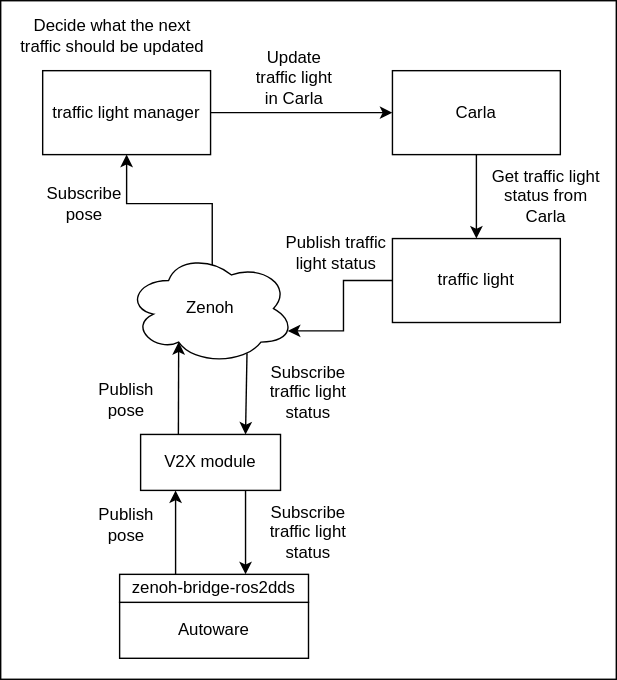
The draw.io diagram resource/Autoware_V2X_Zenoh_Architecture.svg in evshary/zenoh_autoware_v2x, before a commit. Source tidied: cells renumbered, new cells last; positions are measured from the earlier drawing's top-left corner, leaving out a move shared by most shapes. Source of this version:
```xml
<mxGraphModel>
  <root>
    <mxCell id="0" />
    <mxCell id="1" parent="0" />
    <mxCell id="2" style="rounded=0;whiteSpace=wrap;html=1;" parent="1" vertex="1">
      <mxGeometry width="440" height="485" as="geometry" />
    </mxCell>
    <mxCell id="3" style="edgeStyle=orthogonalEdgeStyle;rounded=0;jettySize=auto;html=1;exitX=1;exitY=0.5;exitDx=0;exitDy=0;" parent="1" edge="1" source="4" target="11">
      <mxGeometry relative="1" as="geometry" />
    </mxCell>
    <mxCell id="4" value="traffic light manager" style="rounded=0;whiteSpace=wrap;html=1;" parent="1" vertex="1">
      <mxGeometry x="30" y="50" width="120" height="60" as="geometry" />
    </mxCell>
    <mxCell id="5" style="edgeStyle=orthogonalEdgeStyle;rounded=0;jettySize=auto;html=1;exitX=0.51;exitY=0.12;exitDx=0;exitDy=0;exitPerimeter=0;" parent="1" edge="1" source="6" target="4">
      <mxGeometry relative="1" as="geometry" />
    </mxCell>
    <mxCell id="6" value="Zenoh" style="ellipse;shape=cloud;whiteSpace=wrap;html=1;" parent="1" vertex="1">
      <mxGeometry x="90" y="180" width="120" height="80" as="geometry" />
    </mxCell>
    <mxCell id="7" value="V2X module" style="rounded=0;whiteSpace=wrap;html=1;" parent="1" vertex="1">
      <mxGeometry x="100" y="310" width="100" height="40" as="geometry" />
    </mxCell>
    <mxCell id="8" value="Autoware" style="rounded=0;whiteSpace=wrap;html=1;" parent="1" vertex="1">
      <mxGeometry x="85" y="430" width="135" height="40" as="geometry" />
    </mxCell>
    <mxCell id="9" value="zenoh-bridge-ros2dds" style="rounded=0;whiteSpace=wrap;html=1;" parent="1" vertex="1">
      <mxGeometry x="85" y="410" width="135" height="20" as="geometry" />
    </mxCell>
    <mxCell id="10" style="edgeStyle=orthogonalEdgeStyle;rounded=0;jettySize=auto;html=1;exitX=0.5;exitY=1;exitDx=0;exitDy=0;entryX=0.5;entryY=0;entryDx=0;entryDy=0;" parent="1" edge="1" source="11" target="12">
      <mxGeometry relative="1" as="geometry" />
    </mxCell>
    <mxCell id="11" value="Carla" style="rounded=0;whiteSpace=wrap;html=1;" parent="1" vertex="1">
      <mxGeometry x="280" y="50" width="120" height="60" as="geometry" />
    </mxCell>
    <mxCell id="12" value="traffic light" style="rounded=0;whiteSpace=wrap;html=1;" parent="1" vertex="1">
      <mxGeometry x="280" y="170" width="120" height="60" as="geometry" />
    </mxCell>
    <mxCell id="13" style="endArrow=classic;html=1;rounded=0;entryX=0.25;entryY=1;entryDx=0;entryDy=0;" parent="1" edge="1" target="7">
      <mxGeometry relative="1" as="geometry">
        <mxPoint x="125" y="410" as="sourcePoint" />
      </mxGeometry>
    </mxCell>
    <mxCell id="14" style="endArrow=classic;html=1;rounded=0;entryX=0.31;entryY=0.8;entryDx=0;entryDy=0;entryPerimeter=0;" parent="1" edge="1" target="6">
      <mxGeometry relative="1" as="geometry">
        <mxPoint x="127" y="310" as="sourcePoint" />
      </mxGeometry>
    </mxCell>
    <mxCell id="15" style="endArrow=classic;html=1;rounded=0;exitX=0.75;exitY=1;exitDx=0;exitDy=0;" parent="1" edge="1" source="7">
      <mxGeometry relative="1" as="geometry">
        <mxPoint x="175" y="410" as="targetPoint" />
      </mxGeometry>
    </mxCell>
    <mxCell id="16" style="endArrow=classic;html=1;rounded=0;exitX=0.717;exitY=0.9;exitDx=0;exitDy=0;exitPerimeter=0;entryX=0.75;entryY=0;entryDx=0;entryDy=0;" parent="1" edge="1" source="6" target="7">
      <mxGeometry relative="1" as="geometry" />
    </mxCell>
    <mxCell id="17" style="edgeStyle=orthogonalEdgeStyle;rounded=0;jettySize=auto;html=1;exitX=0;exitY=0.5;exitDx=0;exitDy=0;entryX=0.96;entryY=0.7;entryDx=0;entryDy=0;entryPerimeter=0;" parent="1" edge="1" source="12" target="6">
      <mxGeometry relative="1" as="geometry" />
    </mxCell>
    <mxCell id="18" value="Publish pose" style="text;html=1;strokeColor=none;fillColor=none;align=center;verticalAlign=middle;whiteSpace=wrap;rounded=0;" parent="1" vertex="1">
      <mxGeometry x="60" y="360" width="60" height="30" as="geometry" />
    </mxCell>
    <mxCell id="19" value="Publish pose" style="text;html=1;strokeColor=none;fillColor=none;align=center;verticalAlign=middle;whiteSpace=wrap;rounded=0;" parent="1" vertex="1">
      <mxGeometry x="60" y="270" width="60" height="30" as="geometry" />
    </mxCell>
    <mxCell id="20" value="Subscribe pose" style="text;html=1;strokeColor=none;fillColor=none;align=center;verticalAlign=middle;whiteSpace=wrap;rounded=0;" parent="1" vertex="1">
      <mxGeometry x="30" y="130" width="60" height="30" as="geometry" />
    </mxCell>
    <mxCell id="21" value="Update traffic light in Carla" style="text;html=1;strokeColor=none;fillColor=none;align=center;verticalAlign=middle;whiteSpace=wrap;rounded=0;" parent="1" vertex="1">
      <mxGeometry x="180" y="40" width="60" height="30" as="geometry" />
    </mxCell>
    <mxCell id="22" value="Get traffic light status from Carla" style="text;html=1;strokeColor=none;fillColor=none;align=center;verticalAlign=middle;whiteSpace=wrap;rounded=0;" parent="1" vertex="1">
      <mxGeometry x="350" y="120" width="80" height="40" as="geometry" />
    </mxCell>
    <mxCell id="23" value="Publish traffic light status" style="text;html=1;strokeColor=none;fillColor=none;align=center;verticalAlign=middle;whiteSpace=wrap;rounded=0;" parent="1" vertex="1">
      <mxGeometry x="200" y="160" width="80" height="40" as="geometry" />
    </mxCell>
    <mxCell id="24" value="Subscribe traffic light status" style="text;html=1;strokeColor=none;fillColor=none;align=center;verticalAlign=middle;whiteSpace=wrap;rounded=0;" parent="1" vertex="1">
      <mxGeometry x="180" y="260" width="80" height="40" as="geometry" />
    </mxCell>
    <mxCell id="25" value="Subscribe traffic light status" style="text;html=1;strokeColor=none;fillColor=none;align=center;verticalAlign=middle;whiteSpace=wrap;rounded=0;" parent="1" vertex="1">
      <mxGeometry x="180" y="360" width="80" height="40" as="geometry" />
    </mxCell>
    <mxCell id="26" value="Decide what the next traffic should be updated" style="text;html=1;strokeColor=none;fillColor=none;align=center;verticalAlign=middle;whiteSpace=wrap;rounded=0;" parent="1" vertex="1">
      <mxGeometry x="10" y="10" width="140" height="30" as="geometry" />
    </mxCell>
  </root>
</mxGraphModel>
```
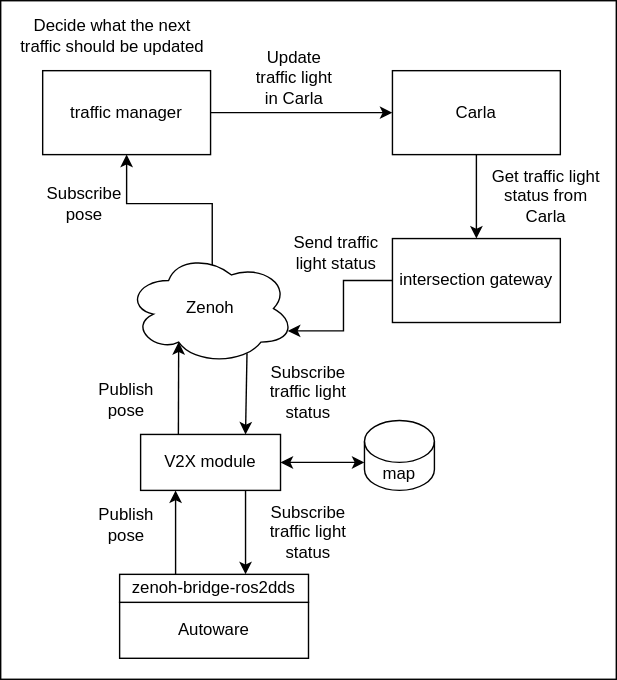
After the commit.

What changed in the source:
```diff
@@ -8,7 +8,7 @@
     <mxCell id="3" style="edgeStyle=orthogonalEdgeStyle;rounded=0;jettySize=auto;html=1;exitX=1;exitY=0.5;exitDx=0;exitDy=0;" parent="1" edge="1" source="4" target="11">
       <mxGeometry relative="1" as="geometry" />
     </mxCell>
-    <mxCell id="4" value="traffic light manager" style="rounded=0;whiteSpace=wrap;html=1;" parent="1" vertex="1">
+    <mxCell id="4" value="traffic manager" style="rounded=0;whiteSpace=wrap;html=1;" parent="1" vertex="1">
       <mxGeometry x="30" y="50" width="120" height="60" as="geometry" />
     </mxCell>
     <mxCell id="5" style="edgeStyle=orthogonalEdgeStyle;rounded=0;jettySize=auto;html=1;exitX=0.51;exitY=0.12;exitDx=0;exitDy=0;exitPerimeter=0;" parent="1" edge="1" source="6" target="4">
@@ -32,7 +32,7 @@
     <mxCell id="11" value="Carla" style="rounded=0;whiteSpace=wrap;html=1;" parent="1" vertex="1">
       <mxGeometry x="280" y="50" width="120" height="60" as="geometry" />
     </mxCell>
-    <mxCell id="12" value="traffic light" style="rounded=0;whiteSpace=wrap;html=1;" parent="1" vertex="1">
+    <mxCell id="12" value="intersection gateway" style="rounded=0;whiteSpace=wrap;html=1;" parent="1" vertex="1">
       <mxGeometry x="280" y="170" width="120" height="60" as="geometry" />
     </mxCell>
     <mxCell id="13" style="endArrow=classic;html=1;rounded=0;entryX=0.25;entryY=1;entryDx=0;entryDy=0;" parent="1" edge="1" target="7">
@@ -71,7 +71,7 @@
     <mxCell id="22" value="Get traffic light status from Carla" style="text;html=1;strokeColor=none;fillColor=none;align=center;verticalAlign=middle;whiteSpace=wrap;rounded=0;" parent="1" vertex="1">
       <mxGeometry x="350" y="120" width="80" height="40" as="geometry" />
     </mxCell>
-    <mxCell id="23" value="Publish traffic light status" style="text;html=1;strokeColor=none;fillColor=none;align=center;verticalAlign=middle;whiteSpace=wrap;rounded=0;" parent="1" vertex="1">
+    <mxCell id="23" value="Send traffic light status" style="text;html=1;strokeColor=none;fillColor=none;align=center;verticalAlign=middle;whiteSpace=wrap;rounded=0;" parent="1" vertex="1">
       <mxGeometry x="200" y="160" width="80" height="40" as="geometry" />
     </mxCell>
     <mxCell id="24" value="Subscribe traffic light status" style="text;html=1;strokeColor=none;fillColor=none;align=center;verticalAlign=middle;whiteSpace=wrap;rounded=0;" parent="1" vertex="1">
@@ -83,5 +83,11 @@
     <mxCell id="26" value="Decide what the next traffic should be updated" style="text;html=1;strokeColor=none;fillColor=none;align=center;verticalAlign=middle;whiteSpace=wrap;rounded=0;" parent="1" vertex="1">
       <mxGeometry x="10" y="10" width="140" height="30" as="geometry" />
     </mxCell>
+    <mxCell id="27" value="map" style="shape=cylinder3;whiteSpace=wrap;html=1;boundedLbl=1;backgroundOutline=1;size=15;" parent="1" vertex="1">
+      <mxGeometry x="260" y="300" width="50" height="50" as="geometry" />
+    </mxCell>
+    <mxCell id="28" style="endArrow=classic;startArrow=classic;html=1;rounded=0;entryX=0;entryY=0;entryDx=0;entryDy=30;entryPerimeter=0;exitX=1;exitY=0.5;exitDx=0;exitDy=0;" parent="1" edge="1" source="7" target="27">
+      <mxGeometry relative="1" as="geometry" />
+    </mxCell>
   </root>
 </mxGraphModel>
```
